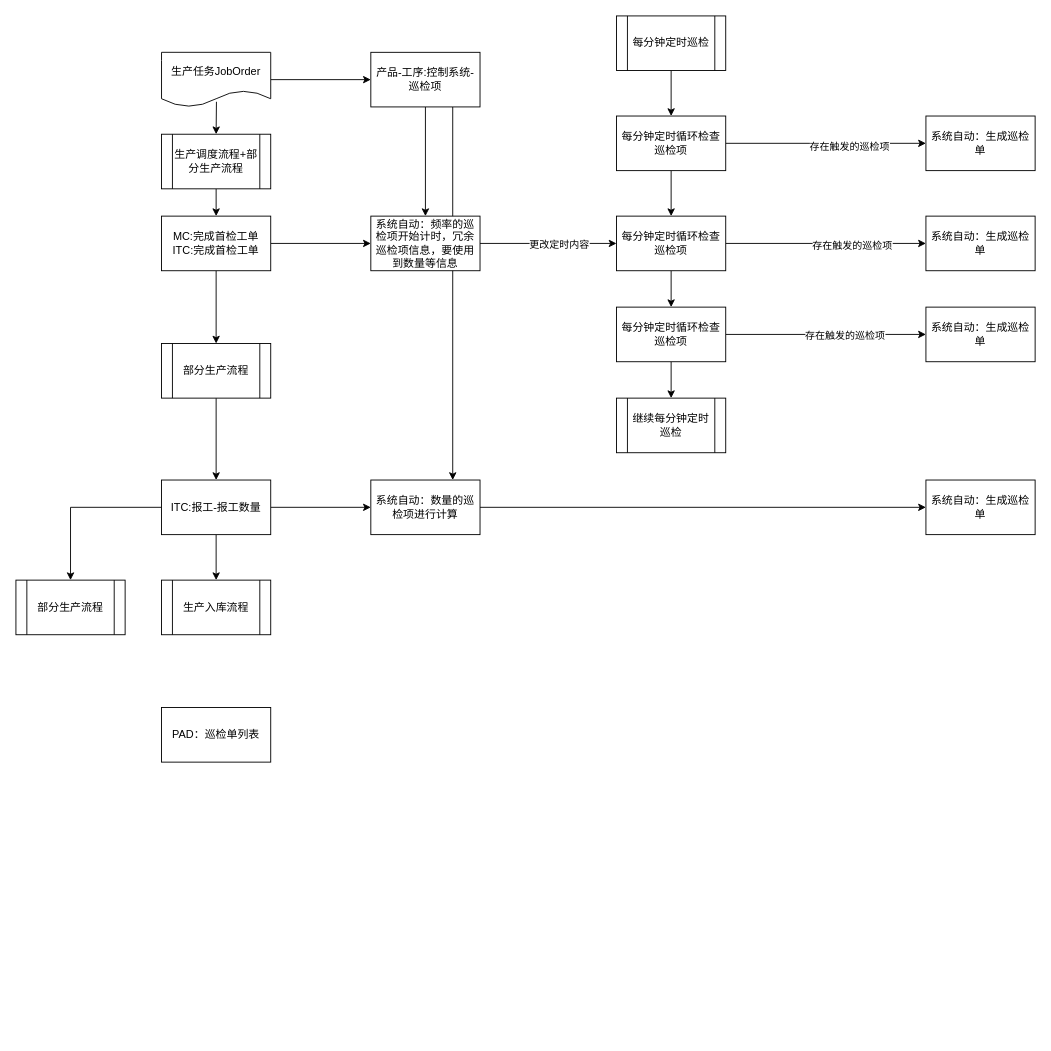
sstlin/os-shell keeps this draw.io diagram as page "巡检" (2 of 3) of 首检流程.drawio. Above is the earlier version. Source tidied: cells renumbered, new cells numbered last; positions are measured from the earlier drawing's top-left corner, leaving out a move shared by most shapes. Both pictures are drawn from the tidied source at 91%, with x=0, y=0 at pixel (15, 15).
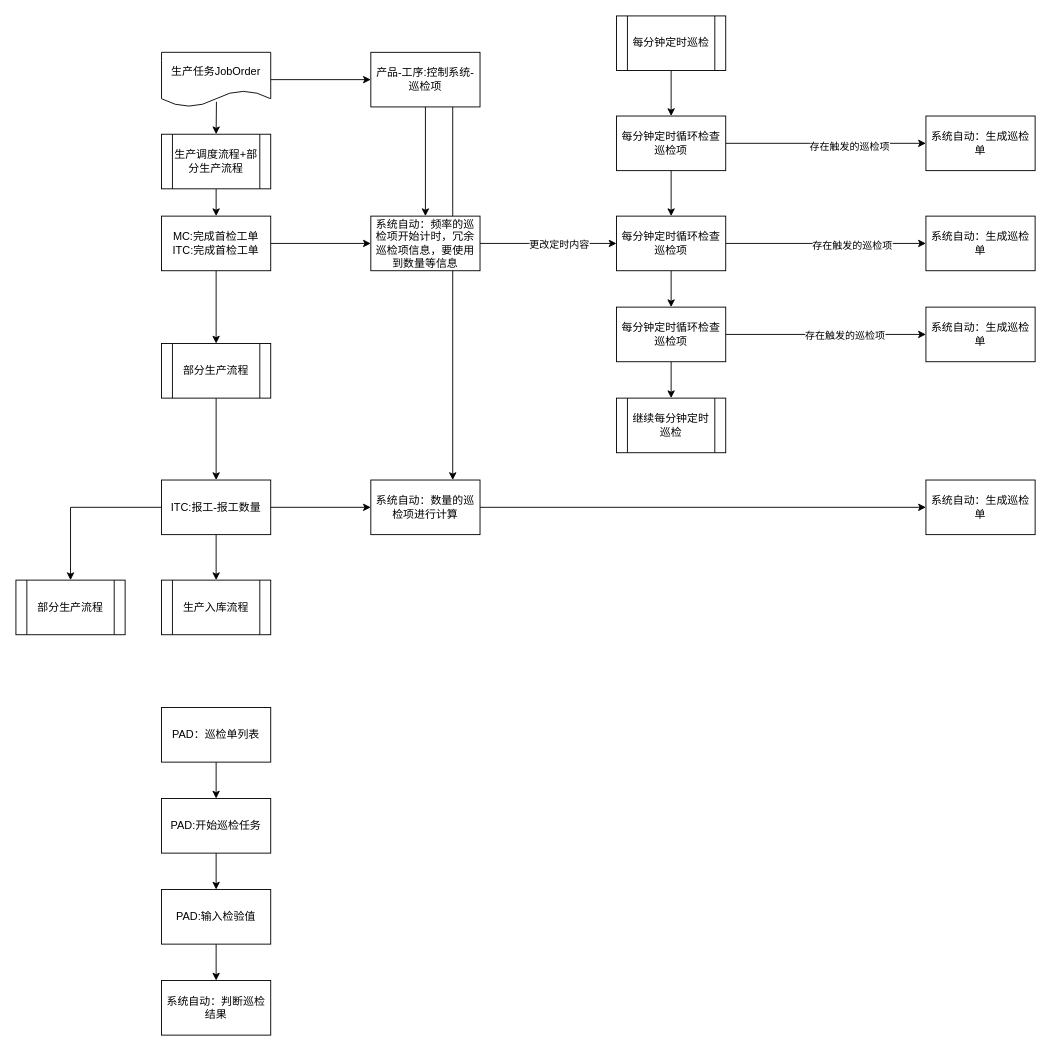
The same diagram, later.

Commit message:
更新首检流程.drawio

Unchanged cells that the change refers to:
```xml
<mxCell id="45" value="PAD：巡检单列表" style="rounded=0;whiteSpace=wrap;html=1;" parent="1" vertex="1">
  <mxGeometry x="160" y="760" width="120" height="60" as="geometry" />
</mxCell>
```

Diff of the diagram source:
```diff
@@
+    <mxCell id="46" style="edgeStyle=orthogonalEdgeStyle;rounded=0;jettySize=auto;html=1;exitX=0.5;exitY=1;exitDx=0;exitDy=0;entryX=0.5;entryY=0;entryDx=0;entryDy=0;" parent="1" edge="1" source="45" target="50">
+      <mxGeometry relative="1" as="geometry" />
+    </mxCell>
@@
+    <mxCell id="47" style="edgeStyle=orthogonalEdgeStyle;rounded=0;jettySize=auto;html=1;exitX=0.5;exitY=1;exitDx=0;exitDy=0;entryX=0.5;entryY=0;entryDx=0;entryDy=0;" parent="1" edge="1" source="48" target="51">
+      <mxGeometry relative="1" as="geometry" />
+    </mxCell>
+    <mxCell id="48" value="PAD:输入检验值" style="whiteSpace=wrap;html=1;rounded=0;" parent="1" vertex="1">
+      <mxGeometry x="160" y="960" width="120" height="60" as="geometry" />
+    </mxCell>
+    <mxCell id="49" style="edgeStyle=orthogonalEdgeStyle;rounded=0;jettySize=auto;html=1;exitX=0.5;exitY=1;exitDx=0;exitDy=0;entryX=0.5;entryY=0;entryDx=0;entryDy=0;" parent="1" edge="1" source="50" target="48">
+      <mxGeometry relative="1" as="geometry" />
+    </mxCell>
+    <mxCell id="50" value="PAD:开始巡检任务" style="whiteSpace=wrap;html=1;rounded=0;" parent="1" vertex="1">
+      <mxGeometry x="160" y="860" width="120" height="60" as="geometry" />
+    </mxCell>
+    <mxCell id="51" value="系统自动：判断巡检结果" style="whiteSpace=wrap;html=1;rounded=0;" parent="1" vertex="1">
+      <mxGeometry x="160" y="1060" width="120" height="60" as="geometry" />
+    </mxCell>
```
